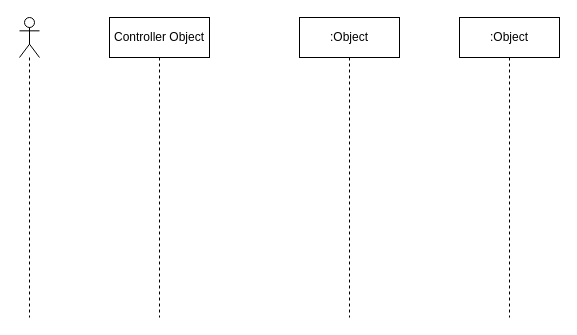
tlfzgjadyd/SoftwareEngineering keeps this draw.io diagram as Soongsil Campus Map Sequence Diagram.drawio. Above is the earlier version. Source tidied: cells renumbered, new cells numbered last; positions are measured from the earlier drawing's top-left corner, leaving out a move shared by most shapes. Both pictures are drawn from the tidied source at 100%, with x=0, y=0 at pixel (19, 17).
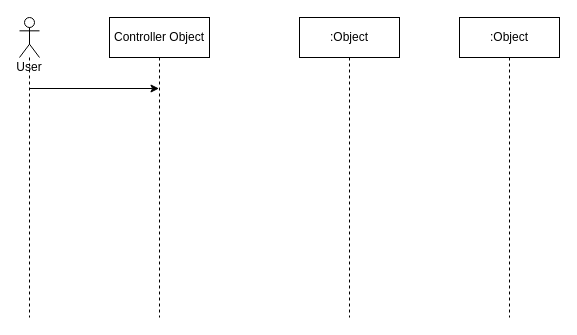
The same diagram, later.

The edit, as a diff of the source:
```diff
@@
 <mxGraphModel>
   <root>
     <mxCell id="0" />
     <mxCell id="1" parent="0" />
     <mxCell id="2" value="Controller Object" style="shape=umlLifeline;perimeter=lifelinePerimeter;whiteSpace=wrap;html=1;" parent="1" vertex="1">
       <mxGeometry x="90" width="100" height="300" as="geometry" />
     </mxCell>
-    <mxCell id="3" style="shape=umlLifeline;participant=umlActor;perimeter=lifelinePerimeter;whiteSpace=wrap;html=1;verticalAlign=top;spacingTop=36;" parent="1" vertex="1">
+    <mxCell id="3" value="User" style="shape=umlLifeline;participant=umlActor;perimeter=lifelinePerimeter;whiteSpace=wrap;html=1;verticalAlign=top;spacingTop=36;" parent="1" vertex="1">
       <mxGeometry width="20" height="300" as="geometry" />
     </mxCell>
     <mxCell id="4" value=":Object" style="shape=umlLifeline;perimeter=lifelinePerimeter;whiteSpace=wrap;html=1;" parent="1" vertex="1">
       <mxGeometry x="280" width="100" height="300" as="geometry" />
     </mxCell>
     <mxCell id="5" value=":Object" style="shape=umlLifeline;perimeter=lifelinePerimeter;whiteSpace=wrap;html=1;" parent="1" vertex="1">
       <mxGeometry x="440" width="100" height="300" as="geometry" />
     </mxCell>
+    <mxCell id="6" style="endArrow=classic;html=1;" parent="1" edge="1">
+      <mxGeometry relative="1" as="geometry">
+        <mxPoint x="9.5" y="71" as="sourcePoint" />
+        <mxPoint x="139.5" y="71" as="targetPoint" />
+      </mxGeometry>
+    </mxCell>
   </root>
 </mxGraphModel>
```
